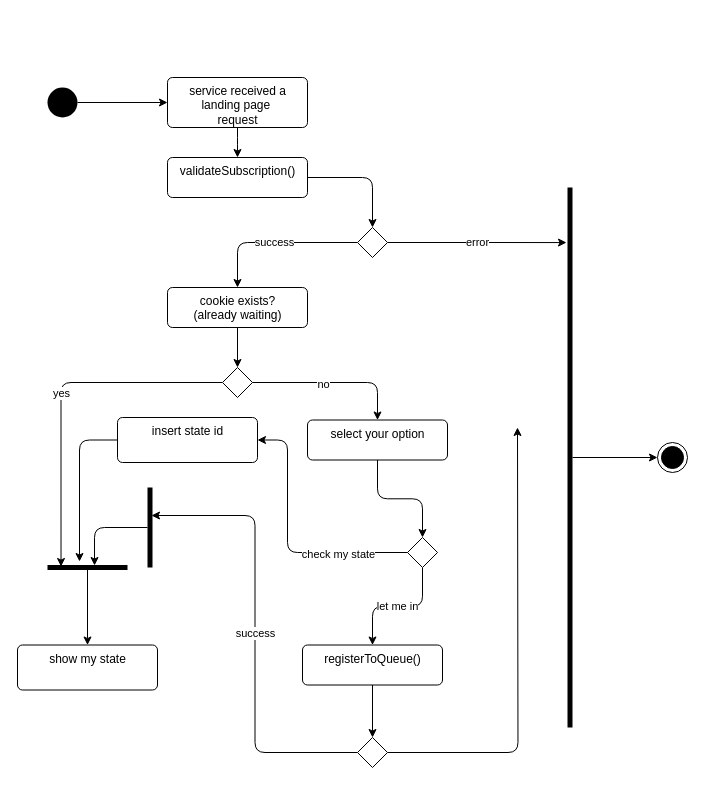
Above: page "LandingPage - main entrypoint" (3 of 5) of docs/main.drawio in itay-bardugo/knocqueue (draw.io), before the change. Source tidied: cells renumbered, new cells numbered last; positions are measured from the earlier drawing's top-left corner, leaving out a move shared by most shapes. Both pictures are drawn from the tidied source at 100%, with x=0, y=0 at pixel (17, 77).
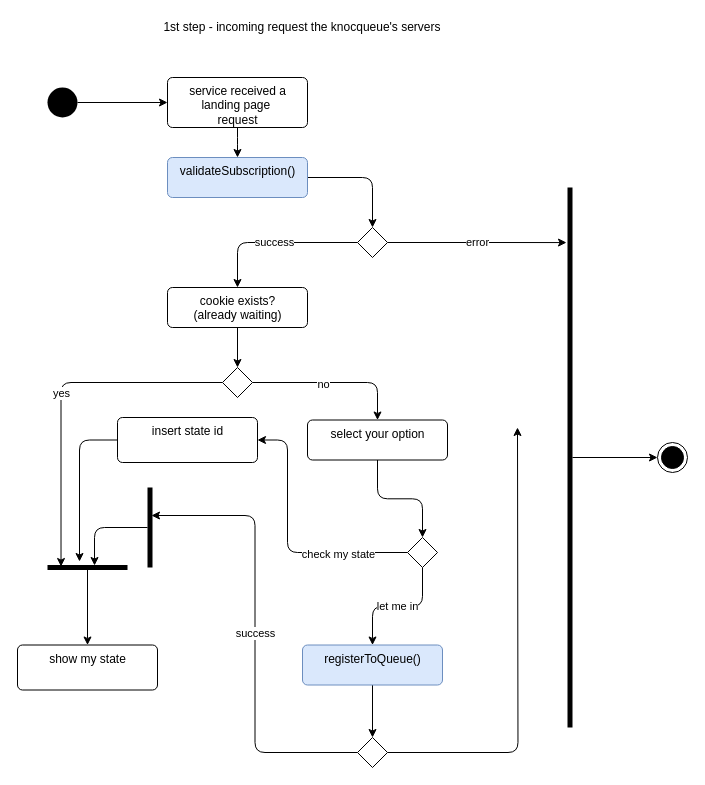
After the change.

Diff of the diagram source:
```diff
@@
-    <mxCell id="7" value="validateSubscription()" style="html=1;align=center;verticalAlign=top;rounded=1;absoluteArcSize=1;arcSize=10;dashed=0;" parent="1" vertex="1">
+    <mxCell id="7" value="validateSubscription()" style="html=1;align=center;verticalAlign=top;rounded=1;absoluteArcSize=1;arcSize=10;dashed=0;fillColor=#dae8fc;strokeColor=#6c8ebf;" parent="1" vertex="1">
       <mxGeometry x="150" y="80" width="140" height="40" as="geometry" />
     </mxCell>
@@
-    <mxCell id="32" value="registerToQueue()" style="html=1;align=center;verticalAlign=top;rounded=1;absoluteArcSize=1;arcSize=10;dashed=0;" parent="1" vertex="1">
+    <mxCell id="32" value="registerToQueue()" style="html=1;align=center;verticalAlign=top;rounded=1;absoluteArcSize=1;arcSize=10;dashed=0;fillColor=#dae8fc;strokeColor=#6c8ebf;" parent="1" vertex="1">
       <mxGeometry x="285" y="567.5" width="140" height="40" as="geometry" />
     </mxCell>
@@
+    <mxCell id="38" value="1st step - incoming request the knocqueue's servers" style="text;html=1;strokeColor=none;fillColor=none;align=center;verticalAlign=middle;whiteSpace=wrap;rounded=0;" parent="1" vertex="1">
+      <mxGeometry x="100" y="-60" width="370" height="20" as="geometry" />
+    </mxCell>
```
